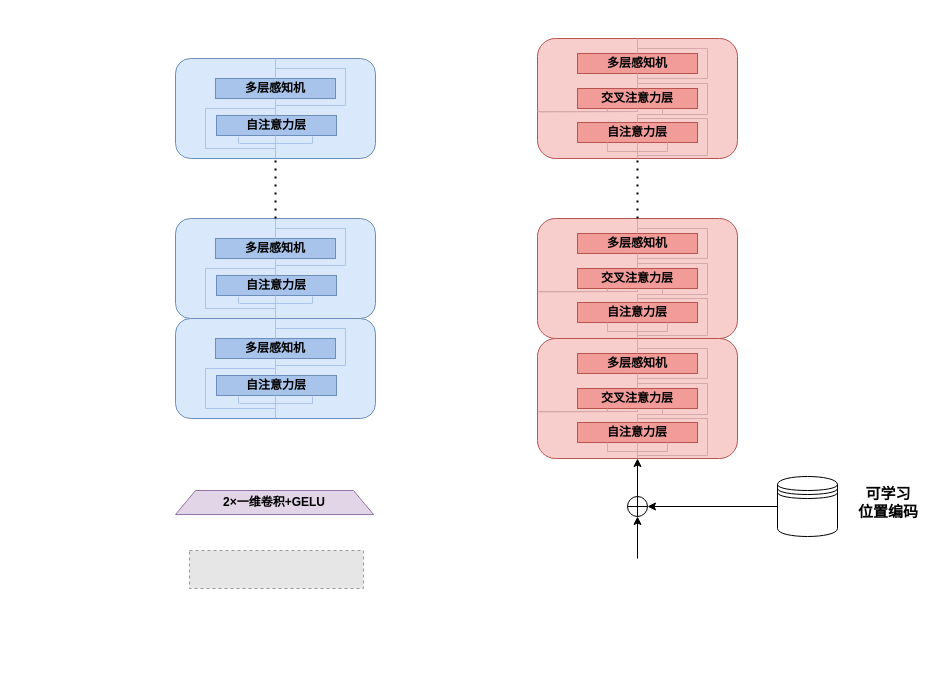
Before: 未命名绘图.drawio in z1z2z3zyy/k8s, a draw.io diagram. Source tidied: cells renumbered, new cells numbered last; positions are measured from the earlier drawing's top-left corner, leaving out a move shared by most shapes. Both pictures are drawn from the tidied source at 100%, with x=0, y=0 at pixel (175, 38). Pictures stored in the file or linked from it are replaced by grey dashed boxes.
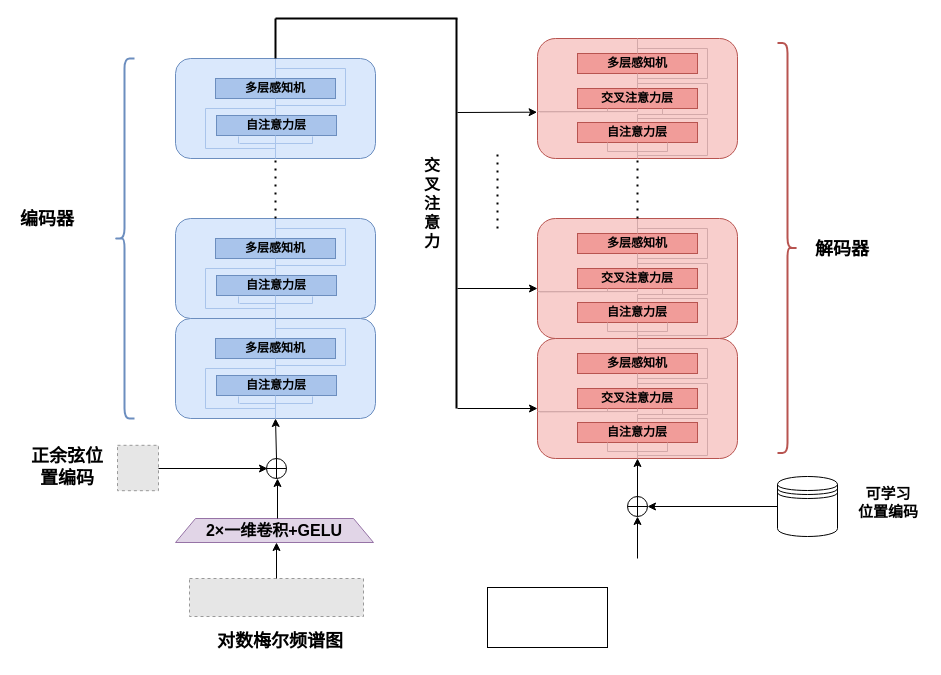
The same page after the edit.

Commit message (it also covers changes not shown here):
更新未命名绘图.drawio

The change refers to these unchanged cells:
```xml
<mxCell id="57" style="rounded=1;whiteSpace=wrap;html=1;fillColor=light-dark(#F8CECC,#FFD7D4);strokeColor=#b85450;" parent="56" vertex="1">
  <mxGeometry width="200" height="120" as="geometry" />
</mxCell>
<mxCell id="91" style="group;" parent="90" vertex="1">
  <mxGeometry width="519" height="439" as="geometry" />
</mxCell>
<mxCell id="109" style="group;" parent="108" vertex="1">
  <mxGeometry width="200" height="100" as="geometry" />
</mxCell>
<mxCell id="110" style="rounded=1;whiteSpace=wrap;html=1;fillColor=#dae8fc;strokeColor=#6c8ebf;" parent="109" vertex="1">
  <mxGeometry width="200" height="100" as="geometry" />
</mxCell>
<mxCell id="127" style="rounded=1;whiteSpace=wrap;html=1;fillColor=#dae8fc;strokeColor=#6c8ebf;" parent="126" vertex="1">
  <mxGeometry width="200" height="100" as="geometry" />
</mxCell>
```

Change to the diagram source:
```diff
@@
+    <mxCell id="144" style="group;" parent="91" vertex="1">
+      <mxGeometry x="14" y="360" width="174" height="78" as="geometry" />
+    </mxCell>
-    <mxCell id="97" style="fillColor=#E6E6E6;strokeColor=#999999;dashed=1;verticalLabelPosition=bottom;labelBackgroundColor=default;verticalAlign=top;" parent="91" vertex="1">
-      <mxGeometry x="14" y="332" width="174" height="38" as="geometry" />
+    <mxCell id="97" style="fillColor=#E6E6E6;strokeColor=#999999;dashed=1;verticalLabelPosition=bottom;labelBackgroundColor=default;verticalAlign=top;" parent="144" vertex="1">
+      <mxGeometry width="174" height="38" as="geometry" />
     </mxCell>
+    <mxCell id="145" value="&lt;b&gt;&lt;font style=&quot;font-size: 18px;&quot;&gt;对数梅尔频谱图&lt;/font&gt;&lt;/b&gt;" style="text;html=1;align=center;verticalAlign=middle;whiteSpace=wrap;rounded=0;" parent="144" vertex="1">
+      <mxGeometry x="27" y="48" width="128" height="30" as="geometry" />
+    </mxCell>
+    <mxCell id="143" value="&lt;b&gt;&lt;font style=&quot;font-size: 16px;&quot;&gt;2×一维卷积+GELU&lt;/font&gt;&lt;/b&gt;" style="shape=trapezoid;perimeter=trapezoidPerimeter;whiteSpace=wrap;html=1;fixedSize=1;fillColor=#e1d5e7;strokeColor=#9673a6;" parent="91" vertex="1">
+      <mxGeometry y="300" width="198" height="24" as="geometry" />
+    </mxCell>
+    <mxCell id="146" style="endArrow=classic;html=1;rounded=0;exitX=0.5;exitY=0;exitDx=0;exitDy=0;" parent="91" edge="1" source="97">
+      <mxGeometry relative="1" as="geometry">
+        <mxPoint x="101" y="324" as="targetPoint" />
+      </mxGeometry>
+    </mxCell>
+    <mxCell id="147" style="endArrow=classic;html=1;rounded=0;" parent="91" edge="1">
+      <mxGeometry relative="1" as="geometry">
+        <mxPoint x="102" y="300" as="sourcePoint" />
+        <mxPoint x="102" y="260" as="targetPoint" />
+      </mxGeometry>
+    </mxCell>
+    <mxCell id="148" style="shape=orEllipse;perimeter=ellipsePerimeter;whiteSpace=wrap;html=1;backgroundOutline=1;" parent="91" vertex="1">
+      <mxGeometry x="91" y="240" width="20" height="20" as="geometry" />
+    </mxCell>
+    <mxCell id="149" style="endArrow=classic;html=1;rounded=0;" parent="91" edge="1">
+      <mxGeometry relative="1" as="geometry">
+        <mxPoint x="282" y="190" as="sourcePoint" />
+        <mxPoint x="362" y="190" as="targetPoint" />
+      </mxGeometry>
+    </mxCell>
+    <mxCell id="150" style="endArrow=classic;html=1;rounded=0;" parent="91" edge="1">
+      <mxGeometry relative="1" as="geometry">
+        <mxPoint x="282" y="70" as="sourcePoint" />
+        <mxPoint x="362" y="70" as="targetPoint" />
+      </mxGeometry>
+    </mxCell>
+    <mxCell id="151" style="rounded=0;whiteSpace=wrap;html=1;" parent="91" vertex="1">
+      <mxGeometry x="312" y="369" width="120" height="60" as="geometry" />
+    </mxCell>
@@
+    <mxCell id="152" style="endArrow=classic;html=1;rounded=0;entryX=0.5;entryY=1;entryDx=0;entryDy=0;" parent="109" edge="1" target="110">
+      <mxGeometry relative="1" as="geometry">
+        <mxPoint x="101" y="140" as="sourcePoint" />
+      </mxGeometry>
+    </mxCell>
@@
-    <mxCell id="143" value="&lt;b&gt;2×一维卷积+GELU&lt;/b&gt;" style="shape=trapezoid;perimeter=trapezoidPerimeter;whiteSpace=wrap;html=1;fixedSize=1;fillColor=#e1d5e7;strokeColor=#9673a6;" parent="1" vertex="1">
-      <mxGeometry y="452" width="198" height="24" as="geometry" />
-    </mxCell>
+    <mxCell id="153" style="endArrow=classic;html=1;rounded=0;" parent="1" edge="1">
+      <mxGeometry relative="1" as="geometry">
+        <mxPoint x="-18" y="430" as="sourcePoint" />
+        <mxPoint x="92" y="430" as="targetPoint" />
+      </mxGeometry>
+    </mxCell>
+    <mxCell id="154" style="fillColor=#E6E6E6;strokeColor=#999999;dashed=1;verticalLabelPosition=bottom;labelBackgroundColor=default;verticalAlign=top;" parent="1" vertex="1">
+      <mxGeometry x="-58" y="406.8" width="41" height="45.4" as="geometry" />
+    </mxCell>
+    <mxCell id="155" value="&lt;font style=&quot;font-size: 18px;&quot;&gt;&lt;b&gt;正余弦位置编码&lt;/b&gt;&lt;/font&gt;" style="text;html=1;align=center;verticalAlign=middle;whiteSpace=wrap;rounded=0;" parent="1" vertex="1">
+      <mxGeometry x="-148" y="414.4" width="80" height="30" as="geometry" />
+    </mxCell>
+    <mxCell id="156" style="shape=curlyBracket;whiteSpace=wrap;html=1;rounded=1;labelPosition=left;verticalLabelPosition=middle;align=right;verticalAlign=middle;fillColor=#dae8fc;strokeColor=#6c8ebf;strokeWidth=2;" parent="1" vertex="1">
+      <mxGeometry x="-61" y="20" width="20" height="360" as="geometry" />
+    </mxCell>
+    <mxCell id="157" value="&lt;font style=&quot;font-size: 18px;&quot;&gt;&lt;b&gt;编码器&lt;/b&gt;&lt;/font&gt;" style="text;html=1;align=center;verticalAlign=middle;whiteSpace=wrap;rounded=0;" parent="1" vertex="1">
+      <mxGeometry x="-158" y="166" width="60" height="30" as="geometry" />
+    </mxCell>
+    <mxCell id="158" style="shape=curlyBracket;whiteSpace=wrap;html=1;rounded=1;flipH=1;labelPosition=right;verticalLabelPosition=middle;align=left;verticalAlign=middle;fillColor=#f8cecc;strokeColor=#b85450;strokeWidth=2;" parent="1" vertex="1">
+      <mxGeometry x="602" y="4.4" width="20" height="410" as="geometry" />
+    </mxCell>
+    <mxCell id="159" value="&lt;font style=&quot;font-size: 18px;&quot;&gt;&lt;b&gt;解码器&lt;/b&gt;&lt;/font&gt;" style="text;html=1;align=center;verticalAlign=middle;whiteSpace=wrap;rounded=0;" parent="1" vertex="1">
+      <mxGeometry x="632" y="196" width="70" height="30" as="geometry" />
+    </mxCell>
+    <mxCell id="160" style="endArrow=none;html=1;rounded=0;entryX=0.5;entryY=0;entryDx=0;entryDy=0;strokeWidth=2;" parent="1" edge="1" target="127">
+      <mxGeometry relative="1" as="geometry">
+        <mxPoint x="100" y="-20" as="sourcePoint" />
+      </mxGeometry>
+    </mxCell>
+    <mxCell id="161" style="endArrow=none;html=1;rounded=0;strokeWidth=2;targetPerimeterSpacing=-1;" parent="1" edge="1">
+      <mxGeometry relative="1" as="geometry">
+        <mxPoint x="100" y="-20" as="sourcePoint" />
+        <mxPoint x="282" y="-20" as="targetPoint" />
+      </mxGeometry>
+    </mxCell>
+    <mxCell id="162" style="endArrow=none;html=1;rounded=0;strokeWidth=2;" parent="1" edge="1">
+      <mxGeometry relative="1" as="geometry">
+        <mxPoint x="281" y="-20" as="sourcePoint" />
+        <mxPoint x="281" y="370" as="targetPoint" />
+      </mxGeometry>
+    </mxCell>
+    <mxCell id="163" style="endArrow=classic;html=1;rounded=0;entryX=-0.002;entryY=0.614;entryDx=0;entryDy=0;entryPerimeter=0;" parent="1" edge="1" target="57">
+      <mxGeometry relative="1" as="geometry">
+        <mxPoint x="282" y="74" as="sourcePoint" />
+      </mxGeometry>
+    </mxCell>
+    <mxCell id="164" style="endArrow=none;dashed=1;html=1;dashPattern=1 3;strokeWidth=2;rounded=0;" parent="1" edge="1">
+      <mxGeometry relative="1" as="geometry">
+        <mxPoint x="322" y="190" as="sourcePoint" />
+        <mxPoint x="322" y="110" as="targetPoint" />
+      </mxGeometry>
+    </mxCell>
+    <mxCell id="165" value="&lt;font style=&quot;font-size: 16px;&quot;&gt;&lt;b&gt;交叉注意力&lt;/b&gt;&lt;/font&gt;" style="text;html=1;align=center;verticalAlign=middle;whiteSpace=wrap;rounded=0;" parent="1" vertex="1">
+      <mxGeometry x="242" y="60" width="30" height="210" as="geometry" />
+    </mxCell>
```
